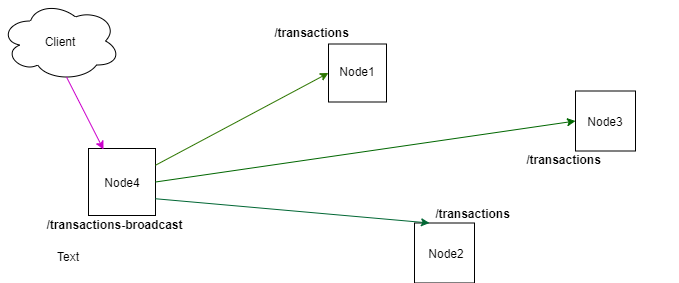
This is api-endpoint-diagrams/transactions/transactions.drawio.png from raghav1674/create-blockchain-js, a draw.io export, as it was before one commit. Source tidied: cells renumbered, new cells last; positions are measured from the earlier drawing's top-left corner, leaving out a move shared by most shapes. Its diagram source:
```xml
<mxGraphModel background="#ffffff">
  <root>
    <mxCell id="0" />
    <mxCell id="1" parent="0" />
    <mxCell id="2" value="&lt;span style=&quot;color: rgba(0 , 0 , 0 , 0) ; font-family: monospace ; font-size: 0px&quot;&gt;node&lt;/span&gt;" style="whiteSpace=wrap;html=1;" parent="1" vertex="1">
      <mxGeometry x="88" y="147" width="67" height="67" as="geometry" />
    </mxCell>
    <mxCell id="3" style="whiteSpace=wrap;html=1;" parent="1" vertex="1">
      <mxGeometry x="328" y="42.5" width="58" height="58" as="geometry" />
    </mxCell>
    <mxCell id="4" style="whiteSpace=wrap;html=1;" parent="1" vertex="1">
      <mxGeometry x="414" y="221.5" width="60" height="60" as="geometry" />
    </mxCell>
    <mxCell id="5" value="&lt;span style=&quot;color: rgba(0 , 0 , 0 , 0) ; font-family: monospace ; font-size: 0px&quot;&gt;%3CmxGraphModel%3E%3Croot%3E%3CmxCell%20id%3D%220%22%2F%3E%3CmxCell%20id%3D%221%22%20parent%3D%220%22%2F%3E%3CmxCell%20id%3D%222%22%20value%3D%22%22%20style%3D%22whiteSpace%3Dwrap%3Bhtml%3D1%3Baspect%3Dfixed%3B%22%20vertex%3D%221%22%20parent%3D%221%22%3E%3CmxGeometry%20x%3D%22102%22%20y%3D%22142%22%20width%3D%2260%22%20height%3D%2260%22%20as%3D%22geometry%22%2F%3E%3C%2FmxCell%3E%3C%2Froot%3E%3C%2FmxGraphModel%3E&lt;/span&gt;" style="whiteSpace=wrap;html=1;" parent="1" vertex="1">
      <mxGeometry x="575" y="89.5" width="60" height="60" as="geometry" />
    </mxCell>
    <mxCell id="6" value="Node4" style="text;html=1;strokeColor=none;fillColor=none;align=center;verticalAlign=middle;whiteSpace=wrap;rounded=0;" parent="1" vertex="1">
      <mxGeometry x="101.5" y="171" width="40" height="19" as="geometry" />
    </mxCell>
    <mxCell id="7" value="Node1" style="text;html=1;strokeColor=none;fillColor=none;align=center;verticalAlign=middle;whiteSpace=wrap;rounded=0;" parent="1" vertex="1">
      <mxGeometry x="337" y="60.5" width="40" height="19" as="geometry" />
    </mxCell>
    <mxCell id="8" value="Node2" style="text;html=1;strokeColor=none;fillColor=none;align=center;verticalAlign=middle;whiteSpace=wrap;rounded=0;" parent="1" vertex="1">
      <mxGeometry x="426" y="242" width="40" height="19" as="geometry" />
    </mxCell>
    <mxCell id="9" value="Node3" style="text;html=1;strokeColor=none;fillColor=none;align=center;verticalAlign=middle;whiteSpace=wrap;rounded=0;" parent="1" vertex="1">
      <mxGeometry x="585" y="110" width="40" height="19" as="geometry" />
    </mxCell>
    <mxCell id="10" style="endArrow=classic;html=1;entryX=0;entryY=0.5;entryDx=0;entryDy=0;fillColor=#60a917;strokeColor=#2D7600;exitX=1;exitY=0.25;exitDx=0;exitDy=0;" parent="1" edge="1" source="2" target="3">
      <mxGeometry relative="1" as="geometry" />
    </mxCell>
    <mxCell id="11" style="endArrow=classic;html=1;entryX=0.25;entryY=0;entryDx=0;entryDy=0;fillColor=#d80073;exitX=1;exitY=0.75;exitDx=0;exitDy=0;strokeColor=#006633;" parent="1" edge="1" source="2" target="4">
      <mxGeometry relative="1" as="geometry" />
    </mxCell>
    <mxCell id="12" style="endArrow=classic;html=1;entryX=0;entryY=0.5;entryDx=0;entryDy=0;fillColor=#d80073;exitX=1;exitY=0.5;exitDx=0;exitDy=0;strokeColor=#006600;" parent="1" edge="1" source="2" target="5">
      <mxGeometry relative="1" as="geometry" />
    </mxCell>
    <mxCell id="13" value="&lt;font color=&quot;#000000&quot;&gt;&lt;b&gt;/transactions&lt;/b&gt;&lt;/font&gt;" style="text;html=1;align=center;verticalAlign=middle;whiteSpace=wrap;rounded=0;rotation=0;" parent="1" vertex="1">
      <mxGeometry x="197" y="7" width="229" height="48.5" as="geometry" />
    </mxCell>
    <mxCell id="14" value="&lt;font color=&quot;#000000&quot;&gt;&lt;b&gt;/transactions-broadcast&lt;br&gt;&lt;br&gt;&lt;/b&gt;&lt;/font&gt;" style="text;html=1;align=center;verticalAlign=middle;whiteSpace=wrap;rounded=0;rotation=0;" parent="1" vertex="1">
      <mxGeometry y="206" width="229" height="48.5" as="geometry" />
    </mxCell>
    <mxCell id="15" value="Text" style="text;html=1;strokeColor=none;fillColor=none;align=center;verticalAlign=middle;whiteSpace=wrap;rounded=0;dashed=1;" parent="1" vertex="1">
      <mxGeometry x="48" y="244.5" width="40" height="20" as="geometry" />
    </mxCell>
    <mxCell id="16" value="Client" style="ellipse;shape=cloud;whiteSpace=wrap;html=1;" parent="1" vertex="1">
      <mxGeometry y="-0.5" width="120" height="80" as="geometry" />
    </mxCell>
    <mxCell id="17" style="endArrow=classic;html=1;entryX=0.224;entryY=0.015;entryDx=0;entryDy=0;fillColor=#60a917;exitX=0.55;exitY=0.95;exitDx=0;exitDy=0;exitPerimeter=0;strokeColor=#CC00CC;entryPerimeter=0;" parent="1" edge="1" source="16" target="2">
      <mxGeometry relative="1" as="geometry" />
    </mxCell>
    <mxCell id="18" value="&lt;font color=&quot;#000000&quot;&gt;&lt;b&gt;/transactions&lt;/b&gt;&lt;/font&gt;" style="text;html=1;align=center;verticalAlign=middle;whiteSpace=wrap;rounded=0;rotation=0;" parent="1" vertex="1">
      <mxGeometry x="358" y="188" width="229" height="48.5" as="geometry" />
    </mxCell>
    <mxCell id="19" value="&lt;font color=&quot;#000000&quot;&gt;&lt;b&gt;/transactions&lt;/b&gt;&lt;/font&gt;" style="text;html=1;align=center;verticalAlign=middle;whiteSpace=wrap;rounded=0;rotation=0;" parent="1" vertex="1">
      <mxGeometry x="449" y="134" width="229" height="48.5" as="geometry" />
    </mxCell>
  </root>
</mxGraphModel>
```
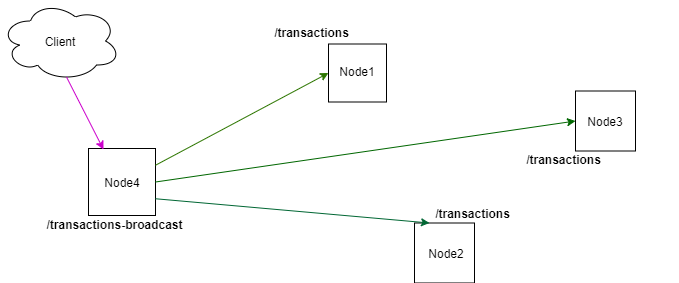
Above is the later version.

Commit message:
added: diagram for broadcast endpoints

The edit, as a diff of the source:
```diff
@@ -41,9 +41,6 @@
     <mxCell id="14" value="&lt;font color=&quot;#000000&quot;&gt;&lt;b&gt;/transactions-broadcast&lt;br&gt;&lt;br&gt;&lt;/b&gt;&lt;/font&gt;" style="text;html=1;align=center;verticalAlign=middle;whiteSpace=wrap;rounded=0;rotation=0;" parent="1" vertex="1">
       <mxGeometry y="206" width="229" height="48.5" as="geometry" />
     </mxCell>
-    <mxCell id="15" value="Text" style="text;html=1;strokeColor=none;fillColor=none;align=center;verticalAlign=middle;whiteSpace=wrap;rounded=0;dashed=1;" parent="1" vertex="1">
-      <mxGeometry x="48" y="244.5" width="40" height="20" as="geometry" />
-    </mxCell>
     <mxCell id="16" value="Client" style="ellipse;shape=cloud;whiteSpace=wrap;html=1;" parent="1" vertex="1">
       <mxGeometry y="-0.5" width="120" height="80" as="geometry" />
     </mxCell>
```
